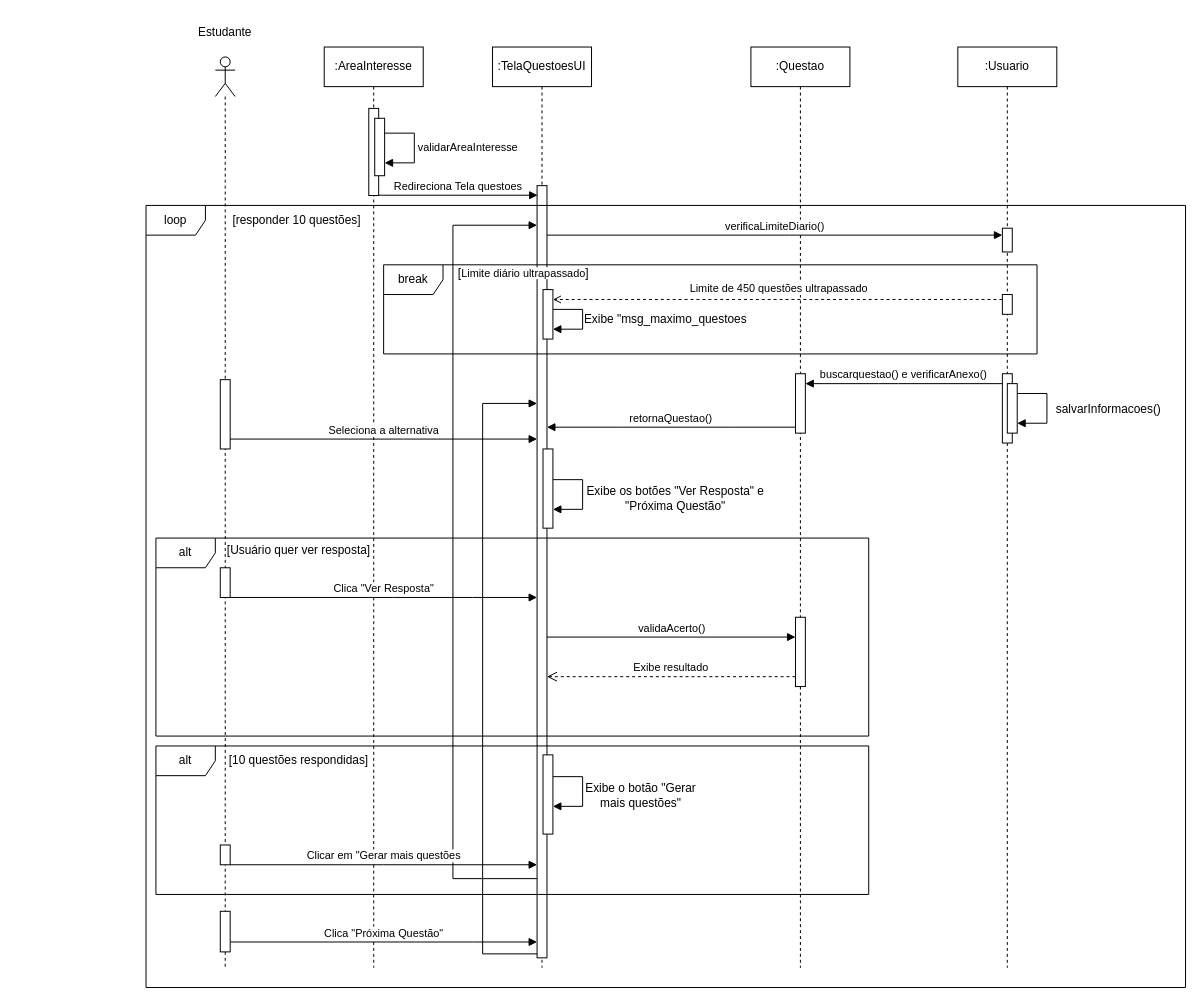
Above: Diagrama sem nome.drawio in augustorazani/QENEM-UML-Diagram (draw.io), before the change. Source tidied: cells renumbered, new cells numbered last; positions are measured from the earlier drawing's top-left corner, leaving out a move shared by most shapes. Both pictures are drawn from the tidied source at 99%, with x=0, y=0 at pixel (146, 17).
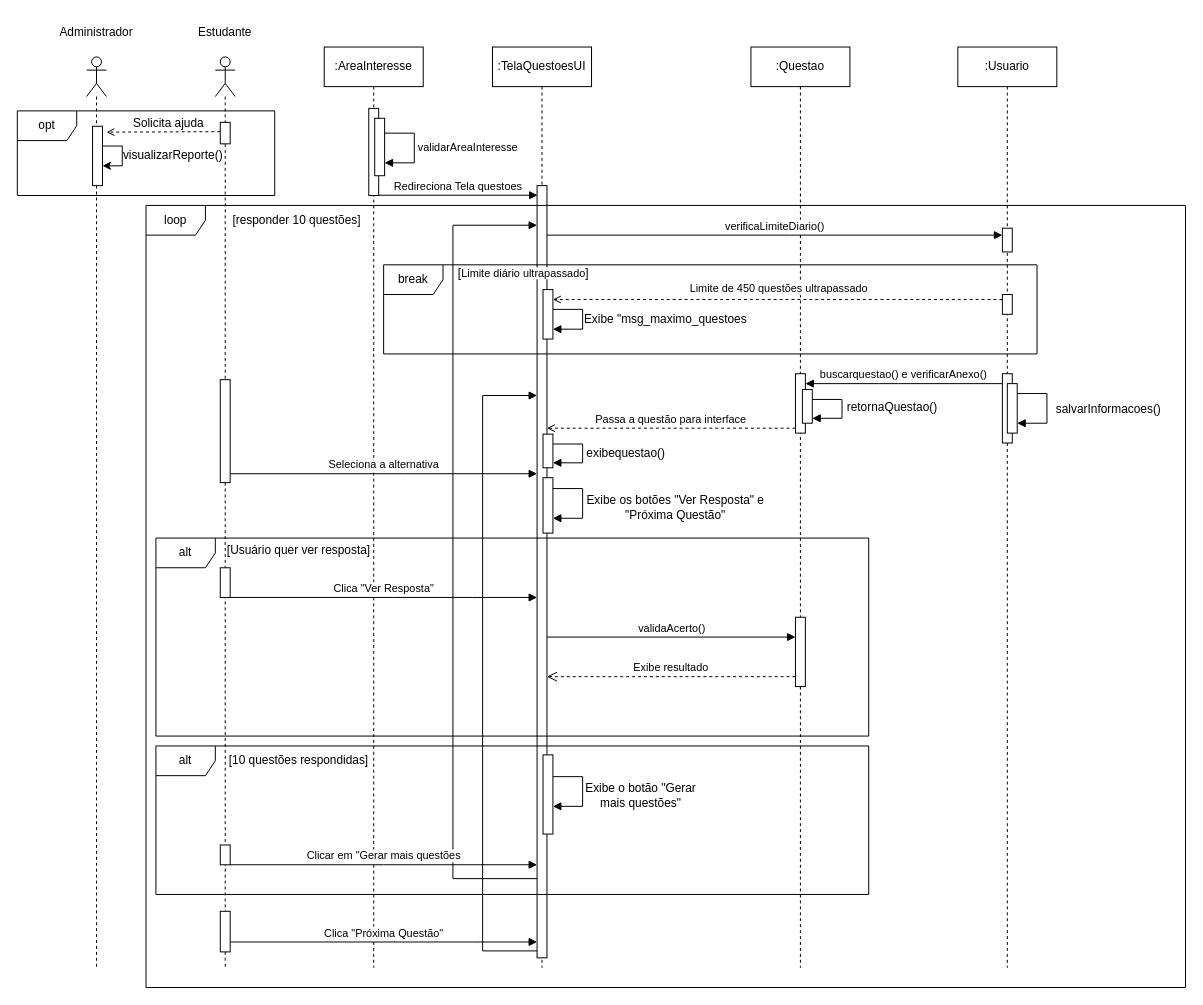
Above is the later version.

Unchanged cells that the change refers to:
```xml
<mxCell id="2" style="shape=umlLifeline;perimeter=lifelinePerimeter;whiteSpace=wrap;html=1;newEdgeStyle={&quot;curved&quot;:0,&quot;rounded&quot;:0};participant=umlActor;" parent="1" vertex="1">
  <mxGeometry x="70" y="40" width="20" height="920" as="geometry" />
</mxCell>
<mxCell id="5" value=":TelaQuestoesUI" style="shape=umlLifeline;perimeter=lifelinePerimeter;whiteSpace=wrap;html=1;newEdgeStyle={&quot;curved&quot;:0,&quot;rounded&quot;:0};" parent="1" vertex="1">
  <mxGeometry x="350" y="30" width="100" height="930" as="geometry" />
</mxCell>
<mxCell id="6" style="html=1;points=[[0,0,0,0,5],[0,1,0,0,-5],[1,0,0,0,5],[1,1,0,0,-5]];perimeter=orthogonalPerimeter;outlineConnect=0;targetShapes=umlLifeline;portConstraint=eastwest;newEdgeStyle={&quot;curved&quot;:0,&quot;rounded&quot;:0};" parent="5" vertex="1">
  <mxGeometry x="45" y="140" width="10" height="780" as="geometry" />
</mxCell>
<mxCell id="11" style="html=1;points=[[0,0,0,0,5],[0,1,0,0,-5],[1,0,0,0,5],[1,1,0,0,-5]];perimeter=orthogonalPerimeter;outlineConnect=0;targetShapes=umlLifeline;portConstraint=eastwest;newEdgeStyle={&quot;curved&quot;:0,&quot;rounded&quot;:0};" parent="10" vertex="1">
  <mxGeometry x="45" y="330" width="10" height="60" as="geometry" />
</mxCell>
```

The edit, as a diff of the source:
```diff
@@
     <mxCell id="3" style="html=1;points=[[0,0,0,0,5],[0,1,0,0,-5],[1,0,0,0,5],[1,1,0,0,-5]];perimeter=orthogonalPerimeter;outlineConnect=0;targetShapes=umlLifeline;portConstraint=eastwest;newEdgeStyle={&quot;curved&quot;:0,&quot;rounded&quot;:0};" parent="2" vertex="1">
-      <mxGeometry x="5" y="326" width="10" height="70" as="geometry" />
+      <mxGeometry x="5" y="326" width="10" height="104" as="geometry" />
     </mxCell>
@@
     <mxCell id="7" style="html=1;perimeter=orthogonalPerimeter;targetShapes=umlLifeline;newEdgeStyle={&quot;curved&quot;:0,&quot;rounded&quot;:0};" parent="5" vertex="1">
-      <mxGeometry x="51" y="406" width="10" height="80" as="geometry" />
+      <mxGeometry x="51" y="435" width="10" height="56" as="geometry" />
     </mxCell>
@@
-    <mxCell id="9" style="html=1;align=left;spacingLeft=2;endArrow=block;rounded=0;edgeStyle=orthogonalEdgeStyle;curved=0;rounded=0;" parent="5" edge="1" target="6">
+    <mxCell id="9" style="html=1;align=left;spacingLeft=2;endArrow=block;rounded=0;edgeStyle=orthogonalEdgeStyle;curved=0;rounded=0;" parent="5" edge="1" source="6">
       <mxGeometry relative="1" as="geometry">
-        <mxPoint x="45" y="916" as="sourcePoint" />
+        <mxPoint x="45" y="352" as="targetPoint" />
         <Array as="points">
-          <mxPoint x="-10" y="916" />
-          <mxPoint x="-10" y="360" />
+          <mxPoint x="-10" y="913" />
+          <mxPoint x="-10" y="352" />
         </Array>
       </mxGeometry>
     </mxCell>
@@
-    <mxCell id="18" value="retornaQuestao()" style="html=1;verticalAlign=bottom;endArrow=block;curved=0;rounded=0;" parent="1" edge="1">
-      <mxGeometry relative="1" as="geometry">
-        <mxPoint x="656" y="414" as="sourcePoint" />
-        <mxPoint x="405" y="414" as="targetPoint" />
-        <Array as="points">
-          <mxPoint x="590" y="414" />
-          <mxPoint x="480" y="414" />
-        </Array>
-      </mxGeometry>
-    </mxCell>
-    <mxCell id="19" value="Seleciona a alternativa" style="html=1;verticalAlign=bottom;endArrow=block;curved=0;rounded=0;" parent="1" edge="1" source="3">
+    <mxCell id="19" value="Seleciona a alternativa" style="html=1;verticalAlign=bottom;endArrow=block;curved=0;rounded=0;" parent="1" edge="1">
       <mxGeometry relative="1" as="geometry">
-        <mxPoint x="395" y="426" as="targetPoint" />
+        <mxPoint x="85" y="461" as="sourcePoint" />
+        <mxPoint x="395" y="461" as="targetPoint" />
         <Array as="points">
-          <mxPoint x="260" y="426" />
+          <mxPoint x="260" y="461" />
         </Array>
       </mxGeometry>
     </mxCell>
     <mxCell id="20" style="html=1;align=left;spacingLeft=2;endArrow=block;rounded=0;edgeStyle=orthogonalEdgeStyle;curved=0;rounded=0;" parent="1" edge="1">
       <mxGeometry relative="1" as="geometry">
-        <mxPoint x="411" y="467" as="sourcePoint" />
-        <mxPoint x="411" y="497" as="targetPoint" />
+        <mxPoint x="411" y="476" as="sourcePoint" />
+        <mxPoint x="411" y="506" as="targetPoint" />
         <Array as="points">
-          <mxPoint x="441" y="467" />
-          <mxPoint x="441" y="497" />
+          <mxPoint x="441" y="476" />
+          <mxPoint x="441" y="506" />
         </Array>
       </mxGeometry>
     </mxCell>
     <mxCell id="21" value="Exibe os botões &quot;Ver Resposta&quot; e &quot;Próxima Questão&quot;" style="text;html=1;align=center;verticalAlign=middle;whiteSpace=wrap;rounded=0;" parent="1" vertex="1">
-      <mxGeometry x="440" y="466" width="190" height="40" as="geometry" />
+      <mxGeometry x="440" y="475" width="190" height="40" as="geometry" />
     </mxCell>
@@
+    <mxCell id="55" style="shape=umlLifeline;perimeter=lifelinePerimeter;whiteSpace=wrap;html=1;newEdgeStyle={&quot;curved&quot;:0,&quot;rounded&quot;:0};participant=umlActor;" parent="1" vertex="1">
+      <mxGeometry x="-60" y="40" width="20" height="920" as="geometry" />
+    </mxCell>
+    <mxCell id="56" style="html=1;points=[[0,0,0,0,5],[0,1,0,0,-5],[1,0,0,0,5],[1,1,0,0,-5]];perimeter=orthogonalPerimeter;outlineConnect=0;targetShapes=umlLifeline;portConstraint=eastwest;newEdgeStyle={&quot;curved&quot;:0,&quot;rounded&quot;:0};" parent="55" vertex="1">
+      <mxGeometry x="6" y="70" width="10" height="60" as="geometry" />
+    </mxCell>
+    <mxCell id="57" style="edgeStyle=orthogonalEdgeStyle;rounded=0;orthogonalLoop=1;jettySize=auto;html=1;curved=0;" parent="55" edge="1" source="56" target="56">
+      <mxGeometry relative="1" as="geometry" />
+    </mxCell>
+    <mxCell id="58" value="opt" style="shape=umlFrame;whiteSpace=wrap;html=1;" parent="1" vertex="1">
+      <mxGeometry x="-130" y="94.5" width="260" height="85.5" as="geometry" />
+    </mxCell>
+    <mxCell id="59" style="endArrow=open;html=1;rounded=0;exitX=0;exitY=1;exitDx=0;exitDy=-5;exitPerimeter=0;dashed=1;endFill=0;" parent="1" edge="1">
+      <mxGeometry relative="1" as="geometry">
+        <mxPoint x="75" y="115.5" as="sourcePoint" />
+        <mxPoint x="-40" y="116" as="targetPoint" />
+      </mxGeometry>
+    </mxCell>
+    <mxCell id="60" value="Solicita ajuda" style="text;html=1;align=center;verticalAlign=middle;whiteSpace=wrap;rounded=0;" parent="1" vertex="1">
+      <mxGeometry x="-22.5" y="90" width="90" height="33.4" as="geometry" />
+    </mxCell>
+    <mxCell id="61" value="visualizarReporte()" style="text;html=1;align=center;verticalAlign=middle;whiteSpace=wrap;rounded=0;" parent="1" vertex="1">
+      <mxGeometry x="-32" y="122.8" width="119" height="33.4" as="geometry" />
+    </mxCell>
+    <mxCell id="62" style="html=1;perimeter=orthogonalPerimeter;targetShapes=umlLifeline;newEdgeStyle={&quot;curved&quot;:0,&quot;rounded&quot;:0};" parent="1" vertex="1">
+      <mxGeometry x="75" y="106.1" width="10" height="21.7" as="geometry" />
+    </mxCell>
+    <mxCell id="63" value="Administrador" style="text;html=1;align=center;verticalAlign=middle;whiteSpace=wrap;rounded=0;" parent="1" vertex="1">
+      <mxGeometry x="-90" width="80" height="30" as="geometry" />
+    </mxCell>
+    <mxCell id="64" style="html=1;points=[[0,0,0,0,5],[0,1,0,0,-5],[1,0,0,0,5],[1,1,0,0,-5]];perimeter=orthogonalPerimeter;outlineConnect=0;targetShapes=umlLifeline;portConstraint=eastwest;newEdgeStyle={&quot;curved&quot;:0,&quot;rounded&quot;:0};" parent="1" vertex="1">
+      <mxGeometry x="663" y="376" width="10" height="34" as="geometry" />
+    </mxCell>
+    <mxCell id="65" style="html=1;align=left;spacingLeft=2;endArrow=block;rounded=0;edgeStyle=orthogonalEdgeStyle;curved=0;rounded=0;entryX=1;entryY=1;entryDx=0;entryDy=-5;entryPerimeter=0;" parent="1" edge="1" target="64">
+      <mxGeometry relative="1" as="geometry">
+        <mxPoint x="673" y="386" as="sourcePoint" />
+        <Array as="points">
+          <mxPoint x="703" y="386" />
+          <mxPoint x="703" y="405" />
+        </Array>
+      </mxGeometry>
+    </mxCell>
+    <mxCell id="18" value="retornaQuestao()" style="text;html=1;align=center;verticalAlign=middle;whiteSpace=wrap;rounded=0;" parent="1" vertex="1">
+      <mxGeometry x="694" y="374" width="120" height="40" as="geometry" />
+    </mxCell>
+    <mxCell id="66" value="Passa a questão para interface" style="html=1;verticalAlign=bottom;endArrow=open;curved=0;rounded=0;exitX=0;exitY=1;exitDx=0;exitDy=-5;exitPerimeter=0;dashed=1;endFill=0;" parent="1" edge="1" source="11" target="6">
+      <mxGeometry relative="1" as="geometry" />
+    </mxCell>
+    <mxCell id="67" style="html=1;points=[[0,0,0,0,5],[0,1,0,0,-5],[1,0,0,0,5],[1,1,0,0,-5]];perimeter=orthogonalPerimeter;outlineConnect=0;targetShapes=umlLifeline;portConstraint=eastwest;newEdgeStyle={&quot;curved&quot;:0,&quot;rounded&quot;:0};" parent="1" vertex="1">
+      <mxGeometry x="401" y="421" width="10" height="34" as="geometry" />
+    </mxCell>
+    <mxCell id="68" style="html=1;align=left;spacingLeft=2;endArrow=block;rounded=0;edgeStyle=orthogonalEdgeStyle;curved=0;rounded=0;entryX=1;entryY=1;entryDx=0;entryDy=-5;entryPerimeter=0;" parent="1" edge="1" target="67">
+      <mxGeometry relative="1" as="geometry">
+        <mxPoint x="411" y="431" as="sourcePoint" />
+        <Array as="points">
+          <mxPoint x="441" y="431" />
+          <mxPoint x="441" y="450" />
+        </Array>
+      </mxGeometry>
+    </mxCell>
+    <mxCell id="69" value="exibequestao()" style="text;html=1;align=center;verticalAlign=middle;whiteSpace=wrap;rounded=0;" parent="1" vertex="1">
+      <mxGeometry x="440" y="421" width="90" height="40" as="geometry" />
+    </mxCell>
```
